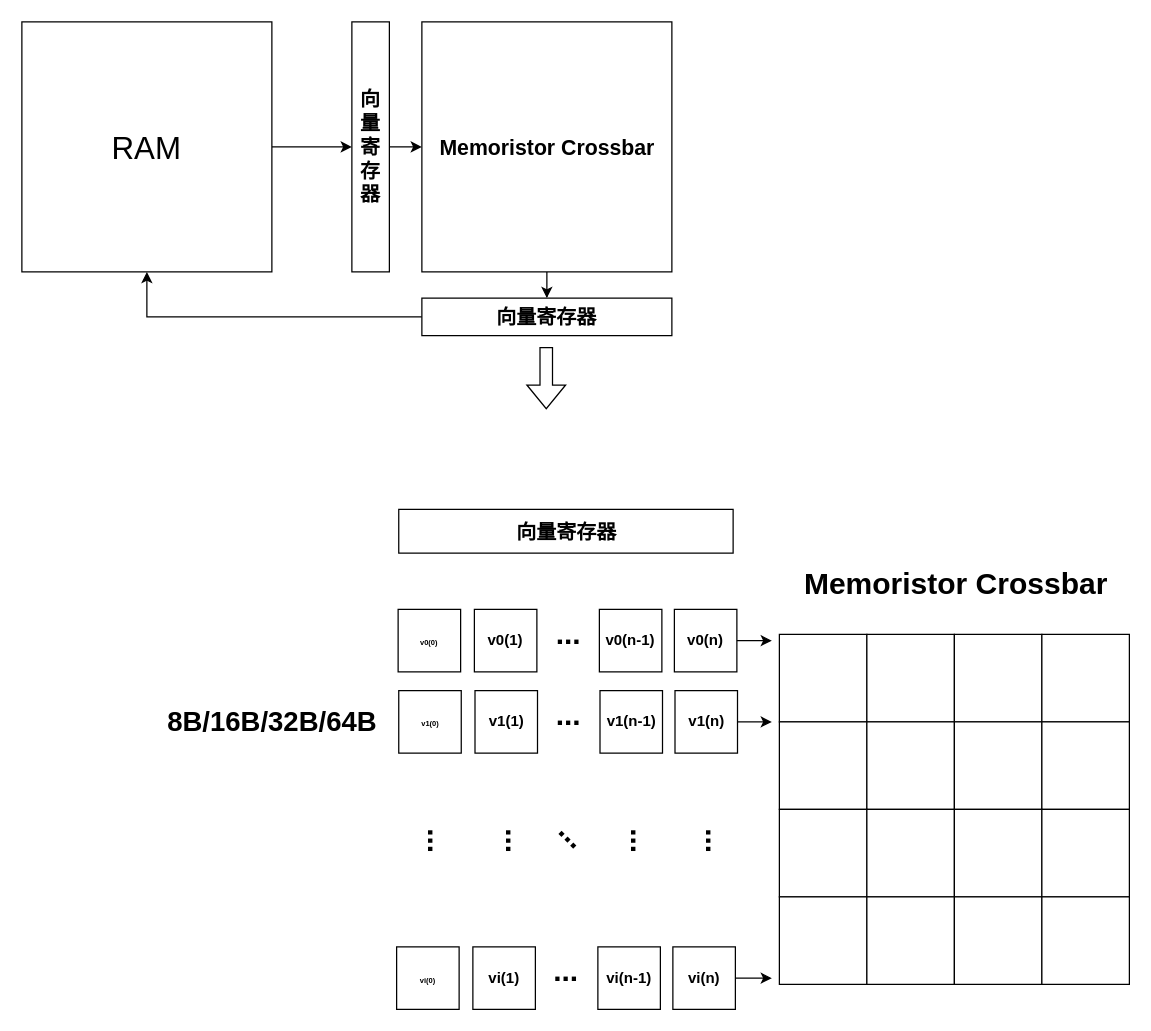
Earlier version of the draw.io diagram docs/RV64ME-arch.drawio (myonie-git/nemu). Source tidied: cells renumbered, new cells numbered last; positions are measured from the earlier drawing's top-left corner, leaving out a move shared by most shapes. Both pictures are drawn from the tidied source at 125%, with x=0, y=0 at pixel (21, 21).
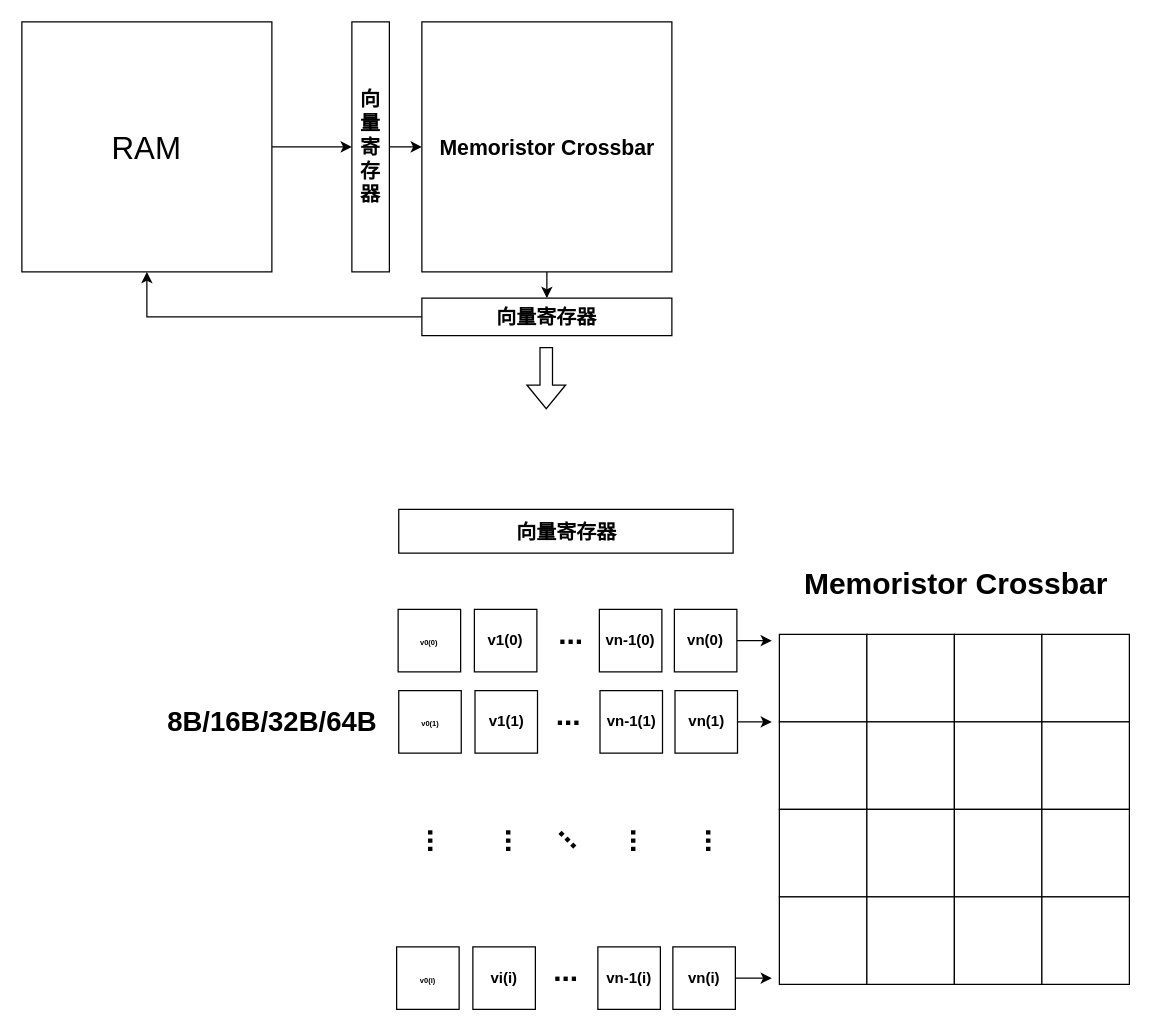
Above is the later version.

Diff of the diagram source:
```diff
@@
-    <mxCell id="13" value="&lt;b&gt;v0(1)&lt;/b&gt;" style="whiteSpace=wrap;html=1;" parent="1" vertex="1">
+    <mxCell id="13" value="&lt;b&gt;v1(0)&lt;/b&gt;" style="whiteSpace=wrap;html=1;" parent="1" vertex="1">
       <mxGeometry x="362" y="470" width="50" height="50" as="geometry" />
     </mxCell>
-    <mxCell id="14" value="v0(n-1)" style="whiteSpace=wrap;html=1;fontStyle=1;direction=north;" parent="1" vertex="1">
+    <mxCell id="14" value="vn-1(0)" style="whiteSpace=wrap;html=1;fontStyle=1;direction=north;" parent="1" vertex="1">
       <mxGeometry x="462" y="470" width="50" height="50" as="geometry" />
     </mxCell>
-    <mxCell id="15" value="v0(n)" style="whiteSpace=wrap;html=1;fontStyle=1;" parent="1" vertex="1">
+    <mxCell id="15" value="vn(0)" style="whiteSpace=wrap;html=1;fontStyle=1;" parent="1" vertex="1">
       <mxGeometry x="522" y="470" width="50" height="50" as="geometry" />
     </mxCell>
-    <mxCell id="16" value="&lt;b&gt;&lt;font style=&quot;font-size: 6px;&quot;&gt;v1(0)&lt;/font&gt;&lt;/b&gt;" style="whiteSpace=wrap;html=1;" parent="1" vertex="1">
+    <mxCell id="16" value="&lt;b&gt;&lt;font style=&quot;font-size: 6px;&quot;&gt;v0(1)&lt;/font&gt;&lt;/b&gt;" style="whiteSpace=wrap;html=1;" parent="1" vertex="1">
       <mxGeometry x="301.5" y="535" width="50" height="50" as="geometry" />
     </mxCell>
@@
-    <mxCell id="18" value="v1(n-1)" style="whiteSpace=wrap;html=1;fontStyle=1;direction=north;" parent="1" vertex="1">
+    <mxCell id="18" value="vn-1(1)" style="whiteSpace=wrap;html=1;fontStyle=1;direction=north;" parent="1" vertex="1">
       <mxGeometry x="462.5" y="535" width="50" height="50" as="geometry" />
     </mxCell>
-    <mxCell id="19" value="v1(n)" style="whiteSpace=wrap;html=1;fontStyle=1;" parent="1" vertex="1">
+    <mxCell id="19" value="vn(1)" style="whiteSpace=wrap;html=1;fontStyle=1;" parent="1" vertex="1">
       <mxGeometry x="522.5" y="535" width="50" height="50" as="geometry" />
     </mxCell>
-    <mxCell id="20" value="&lt;b&gt;&lt;font style=&quot;font-size: 6px;&quot;&gt;vi(0)&lt;/font&gt;&lt;/b&gt;" style="whiteSpace=wrap;html=1;" parent="1" vertex="1">
+    <mxCell id="20" value="&lt;b&gt;&lt;font style=&quot;font-size: 6px;&quot;&gt;v0(i)&lt;/font&gt;&lt;/b&gt;" style="whiteSpace=wrap;html=1;" parent="1" vertex="1">
       <mxGeometry x="299.8" y="740" width="50" height="50" as="geometry" />
     </mxCell>
-    <mxCell id="21" value="&lt;b&gt;vi(1)&lt;/b&gt;" style="whiteSpace=wrap;html=1;" parent="1" vertex="1">
+    <mxCell id="21" value="&lt;b&gt;vi(i)&lt;/b&gt;" style="whiteSpace=wrap;html=1;" parent="1" vertex="1">
       <mxGeometry x="360.8" y="740" width="50" height="50" as="geometry" />
     </mxCell>
-    <mxCell id="22" value="vi(n-1)" style="whiteSpace=wrap;html=1;fontStyle=1;direction=north;" parent="1" vertex="1">
+    <mxCell id="22" value="vn-1(i)" style="whiteSpace=wrap;html=1;fontStyle=1;direction=north;" parent="1" vertex="1">
       <mxGeometry x="460.8" y="740" width="50" height="50" as="geometry" />
     </mxCell>
-    <mxCell id="23" value="vi(n)" style="whiteSpace=wrap;html=1;fontStyle=1;" parent="1" vertex="1">
+    <mxCell id="23" value="vn(i)" style="whiteSpace=wrap;html=1;fontStyle=1;" parent="1" vertex="1">
       <mxGeometry x="520.8" y="740" width="50" height="50" as="geometry" />
     </mxCell>
     <mxCell id="24" value="..." style="text;strokeColor=none;fillColor=none;html=1;fontSize=24;fontStyle=1;verticalAlign=middle;align=center;" parent="1" vertex="1">
-      <mxGeometry x="387" y="470" width="100" height="40" as="geometry" />
+      <mxGeometry x="390" y="470" width="97" height="40" as="geometry" />
     </mxCell>
```
